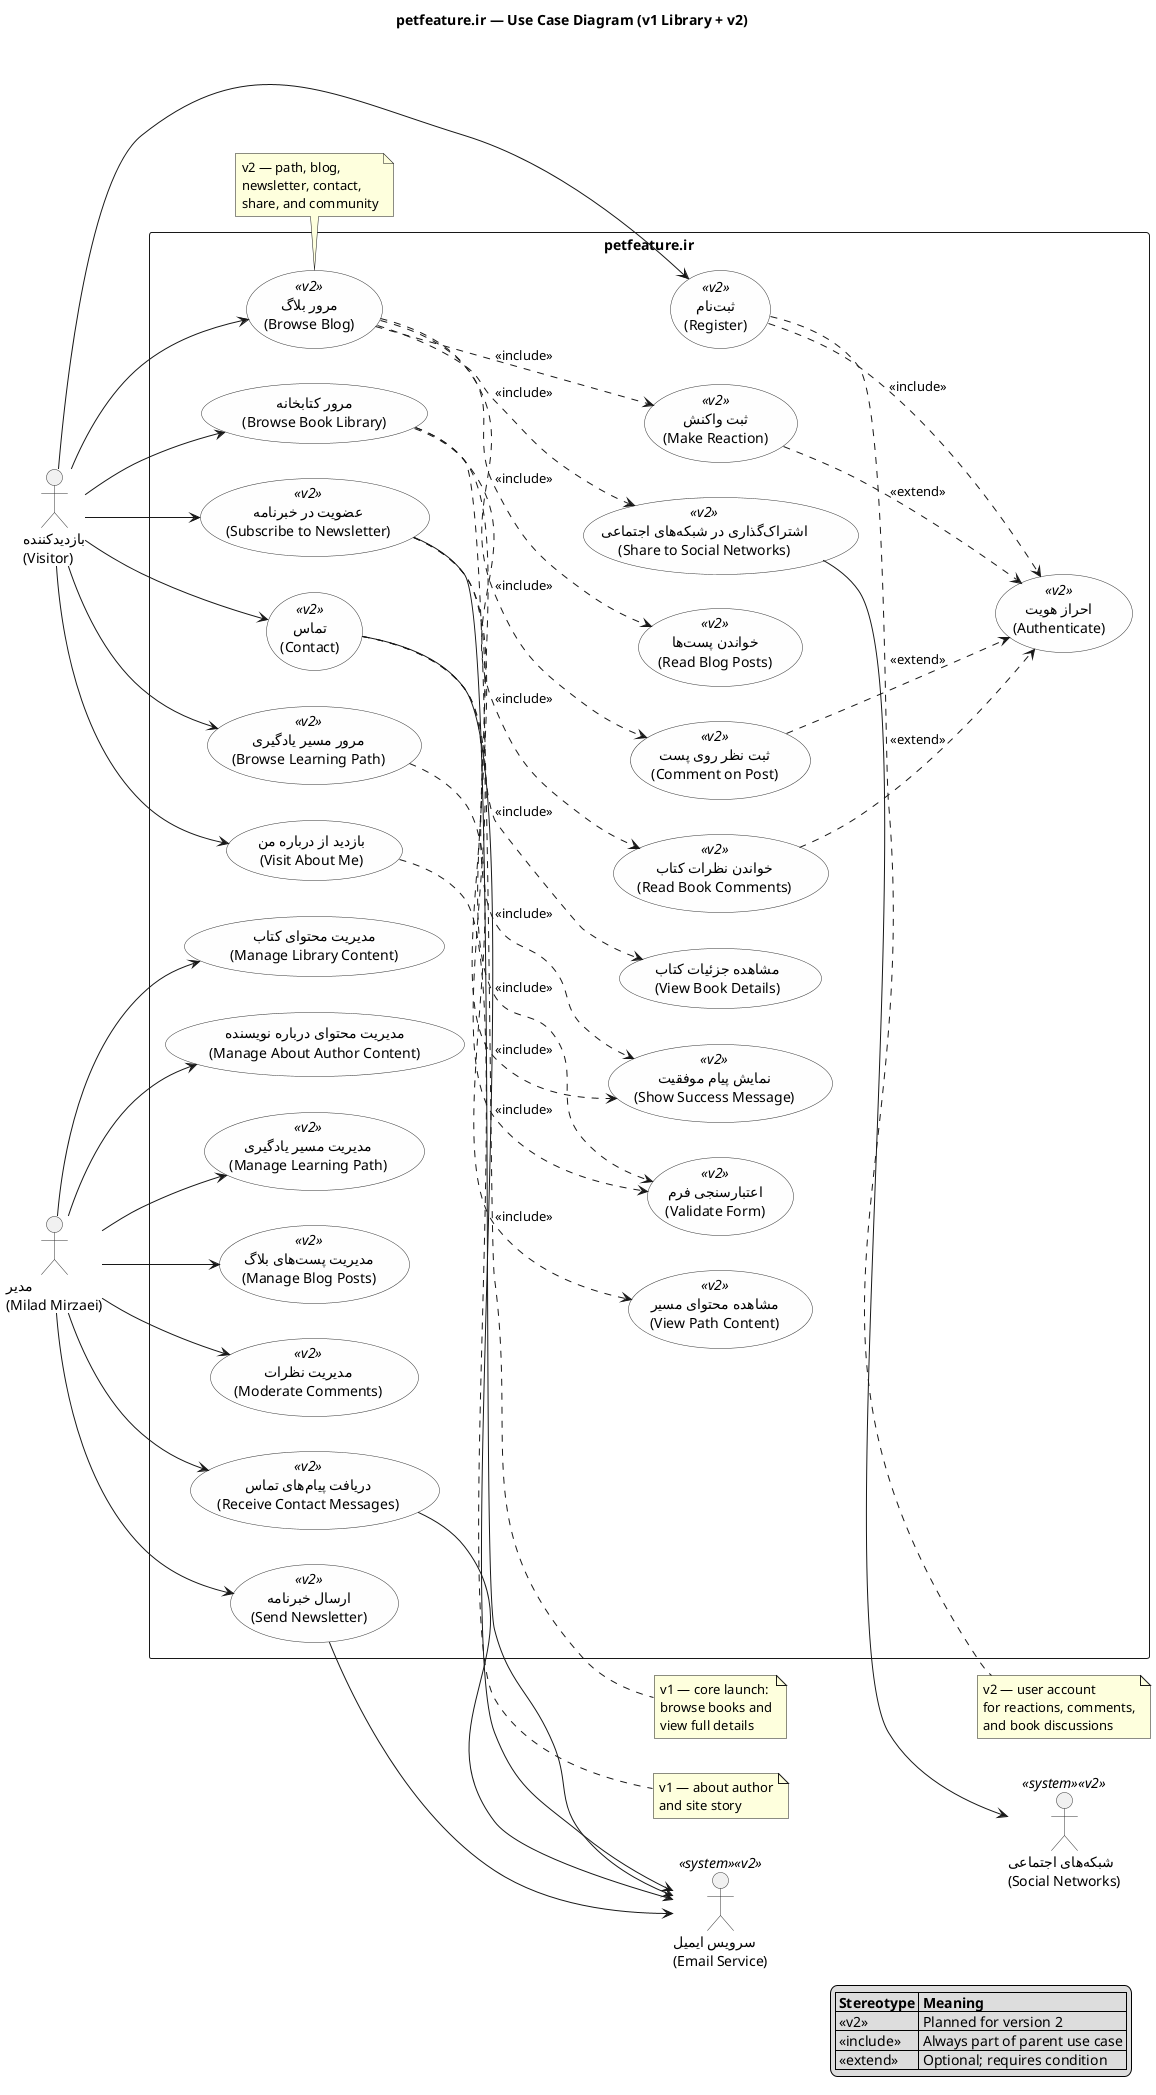
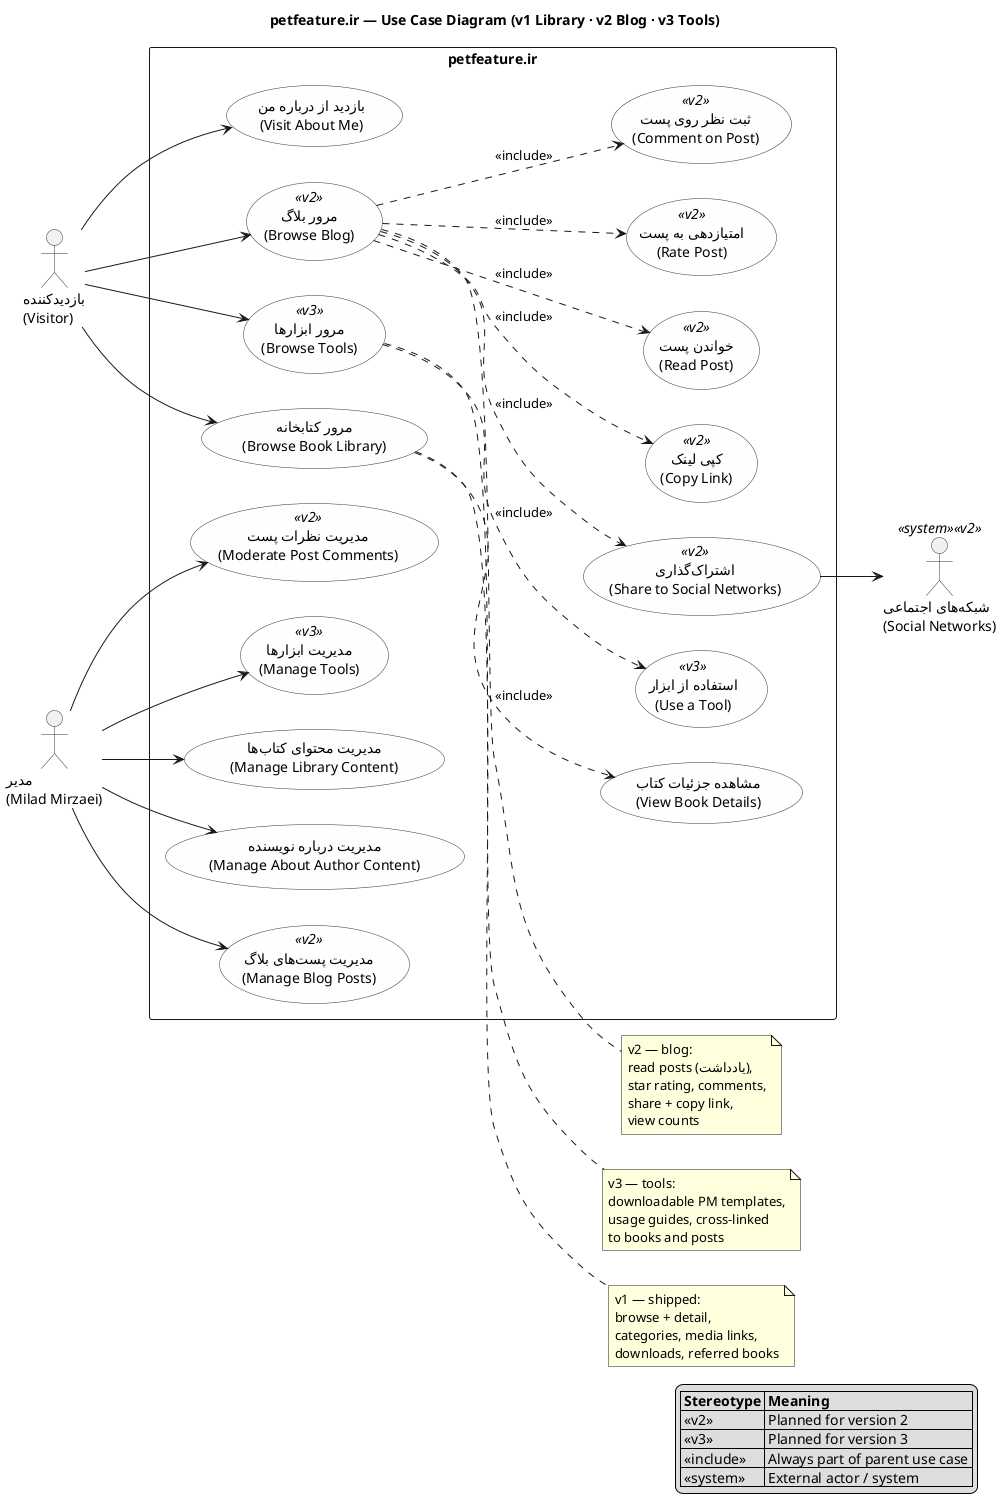
@startuml petfeature-use-cases
left to right direction
skinparam packageStyle rectangle
skinparam usecase {
  BackgroundColor #FEFEFE
  BorderColor #333333
}
skinparam actor {
  BorderColor #333333
}

- title petfeature.ir — Use Case Diagram (v1 Library + v2)
+ title petfeature.ir — Use Case Diagram (v1 Library · v2 Blog · v3 Tools)

actor "بازدیدکننده\n(Visitor)" as Visitor
actor "مدیر\n(Milad Mirzaei)" as Admin
- actor "سرویس ایمیل\n(Email Service)" as Email <<system>> <<v2>>
actor "شبکه‌های اجتماعی\n(Social Networks)" as Social <<system>> <<v2>>

rectangle "petfeature.ir" {

-   ' --- v1: Visitor ---
+   ' --- v1: Library ---
  usecase "مرور کتابخانه\n(Browse Book Library)" as UC_Library
  usecase "مشاهده جزئیات کتاب\n(View Book Details)" as UC_BookDetail
  usecase "بازدید از درباره من\n(Visit About Me)" as UC_About

-   ' --- v2: Visitor account & engagement ---
-   usecase "ثبت‌نام\n(Register)" as UC_Register <<v2>>
-   usecase "عضویت در خبرنامه\n(Subscribe to Newsletter)" as UC_Newsletter <<v2>>
-   usecase "تماس\n(Contact)" as UC_Contact <<v2>>
+   ' --- v2: Blog ---
+   usecase "مرور بلاگ\n(Browse Blog)" as UC_Blog <<v2>>
+   usecase "خواندن پست\n(Read Post)" as UC_ReadPost <<v2>>
+   usecase "امتیازدهی به پست\n(Rate Post)" as UC_RatePost <<v2>>
+   usecase "ثبت نظر روی پست\n(Comment on Post)" as UC_CommentPost <<v2>>
+   usecase "اشتراک‌گذاری\n(Share to Social Networks)" as UC_Share <<v2>>
+   usecase "کپی لینک\n(Copy Link)" as UC_CopyLink <<v2>>

-   ' --- v2: Visitor browse ---
-   usecase "مرور مسیر یادگیری\n(Browse Learning Path)" as UC_Path <<v2>>
-   usecase "مرور بلاگ\n(Browse Blog)" as UC_Blog <<v2>>
- 
-   ' --- v2: Included library ---
-   usecase "خواندن نظرات کتاب\n(Read Book Comments)" as UC_BookComments <<v2>>
- 
-   ' --- v2: Included learning path ---
-   usecase "مشاهده محتوای مسیر\n(View Path Content)" as UC_PathContent <<v2>>
- 
-   ' --- v2: Included blog ---
-   usecase "خواندن پست‌ها\n(Read Blog Posts)" as UC_ReadPost <<v2>>
-   usecase "ثبت واکنش\n(Make Reaction)" as UC_Reaction <<v2>>
-   usecase "ثبت نظر روی پست\n(Comment on Post)" as UC_Comment <<v2>>
-   usecase "اشتراک‌گذاری در شبکه‌های اجتماعی\n(Share to Social Networks)" as UC_Share <<v2>>
- 
-   ' --- Shared form / auth ---
-   usecase "اعتبارسنجی فرم\n(Validate Form)" as UC_Validate <<v2>>
-   usecase "نمایش پیام موفقیت\n(Show Success Message)" as UC_Success <<v2>>
-   usecase "احراز هویت\n(Authenticate)" as UC_Auth <<v2>>
+   ' --- v3: Tools ---
+   usecase "مرور ابزارها\n(Browse Tools)" as UC_Tools <<v3>>
+   usecase "استفاده از ابزار\n(Use a Tool)" as UC_UseTool <<v3>>

  ' --- v1: Admin ---
-   usecase "مدیریت محتوای کتاب\n(Manage Library Content)" as UC_ManageBooks
-   usecase "مدیریت محتوای درباره نویسنده\n(Manage About Author Content)" as UC_ManageAbout
+   usecase "مدیریت محتوای کتاب‌ها\n(Manage Library Content)" as UC_ManageBooks
+   usecase "مدیریت درباره نویسنده\n(Manage About Author Content)" as UC_ManageAbout

  ' --- v2: Admin ---
-   usecase "مدیریت مسیر یادگیری\n(Manage Learning Path)" as UC_ManagePath <<v2>>
  usecase "مدیریت پست‌های بلاگ\n(Manage Blog Posts)" as UC_ManagePosts <<v2>>
-   usecase "مدیریت نظرات\n(Moderate Comments)" as UC_Moderate <<v2>>
-   usecase "دریافت پیام‌های تماس\n(Receive Contact Messages)" as UC_ReceiveMsg <<v2>>
-   usecase "ارسال خبرنامه\n(Send Newsletter)" as UC_SendNewsletter <<v2>>
+   usecase "مدیریت نظرات پست\n(Moderate Post Comments)" as UC_ModeratePostComments <<v2>>
+ 
+   ' --- v3: Admin ---
+   usecase "مدیریت ابزارها\n(Manage Tools)" as UC_ManageTools <<v3>>
}

' --- Visitor: v1 ---
Visitor --> UC_Library
Visitor --> UC_About

' --- Visitor: v2 ---
- Visitor --> UC_Register
- Visitor --> UC_Newsletter
- Visitor --> UC_Contact
- Visitor --> UC_Path
Visitor --> UC_Blog
+ 
+ ' --- Visitor: v3 ---
+ Visitor --> UC_Tools

' --- Browse library includes ---
UC_Library ..> UC_BookDetail : <<include>>
- UC_Library ..> UC_BookComments : <<include>>
- 
- ' --- Browse learning path includes ---
- UC_Path ..> UC_PathContent : <<include>>

' --- Browse blog includes ---
UC_Blog ..> UC_ReadPost : <<include>>
- UC_Blog ..> UC_Reaction : <<include>>
- UC_Blog ..> UC_Comment : <<include>>
+ UC_Blog ..> UC_RatePost : <<include>>
+ UC_Blog ..> UC_CommentPost : <<include>>
UC_Blog ..> UC_Share : <<include>>
+ UC_Blog ..> UC_CopyLink : <<include>>

- ' --- v2: authenticated actions ---
- UC_Register ..> UC_Auth : <<include>>
- UC_Reaction ..> UC_Auth : <<extend>>
- UC_Comment ..> UC_Auth : <<extend>>
- UC_BookComments ..> UC_Auth : <<extend>>
+ ' --- Browse tools includes ---
+ UC_Tools ..> UC_UseTool : <<include>>

- ' --- Form flows ---
- UC_Newsletter ..> UC_Validate : <<include>>
- UC_Newsletter ..> UC_Success : <<include>>
- UC_Contact ..> UC_Validate : <<include>>
- UC_Contact ..> UC_Success : <<include>>
- 
- ' --- External systems (v2) ---
- UC_Newsletter --> Email
- UC_Contact --> Email
- UC_SendNewsletter --> Email
- UC_ReceiveMsg --> Email
+ ' --- External systems ---
UC_Share --> Social

' --- Admin: v1 ---
Admin --> UC_ManageBooks
Admin --> UC_ManageAbout

' --- Admin: v2 ---
- Admin --> UC_ManagePath
Admin --> UC_ManagePosts
- Admin --> UC_Moderate
- Admin --> UC_ReceiveMsg
- Admin --> UC_SendNewsletter
+ Admin --> UC_ModeratePostComments
+ 
+ ' --- Admin: v3 ---
+ Admin --> UC_ManageTools

note right of UC_Library
-   v1 — core launch:
-   browse books and
-   view full details
+   v1 — shipped:
+   browse + detail,
+   categories, media links,
+   downloads, referred books
end note

- note right of UC_About
-   v1 — about author
-   and site story
+ note right of UC_Blog
+   v2 — blog:
+   read posts (یادداشت),
+   star rating, comments,
+   share + copy link,
+   view counts
end note

- note right of UC_Register
-   v2 — user account
-   for reactions, comments,
-   and book discussions
- end note
- 
- note bottom of UC_Blog
-   v2 — path, blog,
-   newsletter, contact,
-   share, and community
+ note right of UC_Tools
+   v3 — tools:
+   downloadable PM templates,
+   usage guides, cross-linked
+   to books and posts
end note

legend right
  |= Stereotype |= Meaning |
  | <<v2>> | Planned for version 2 |
+   | <<v3>> | Planned for version 3 |
  | <<include>> | Always part of parent use case |
-   | <<extend>> | Optional; requires condition |
+   | <<system>> | External actor / system |
endlegend

@enduml
